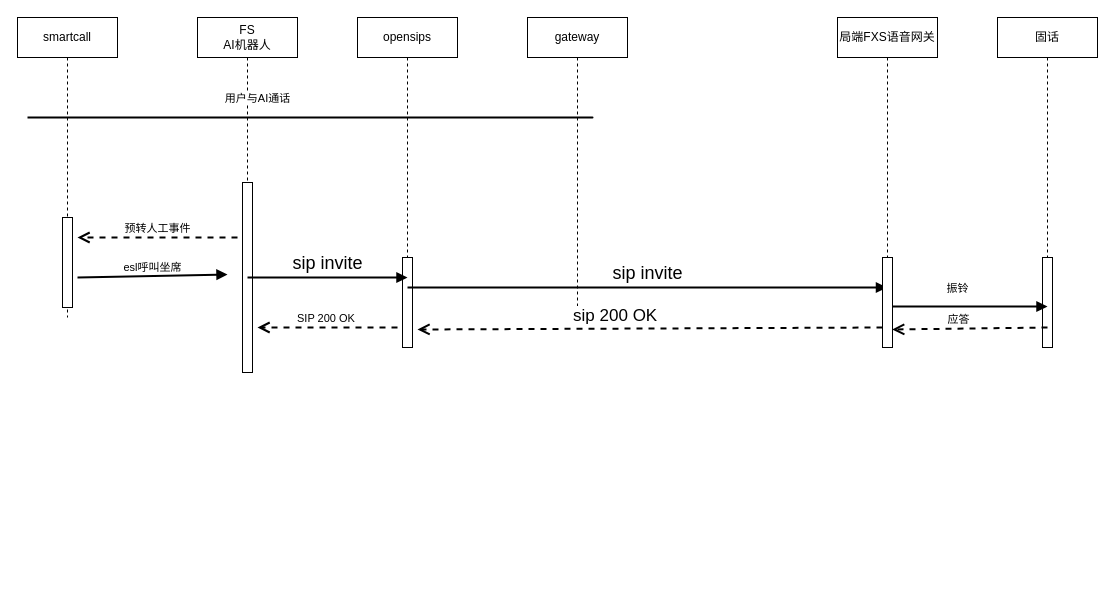
The draw.io diagram irv-ai.drawio in shfguan/mygit, before the edit. Source tidied: cells renumbered, new cells numbered last; positions are measured from the earlier drawing's top-left corner, leaving out a move shared by most shapes. Both pictures are drawn from the tidied source at 100%, with x=0, y=0 at pixel (17, 17).
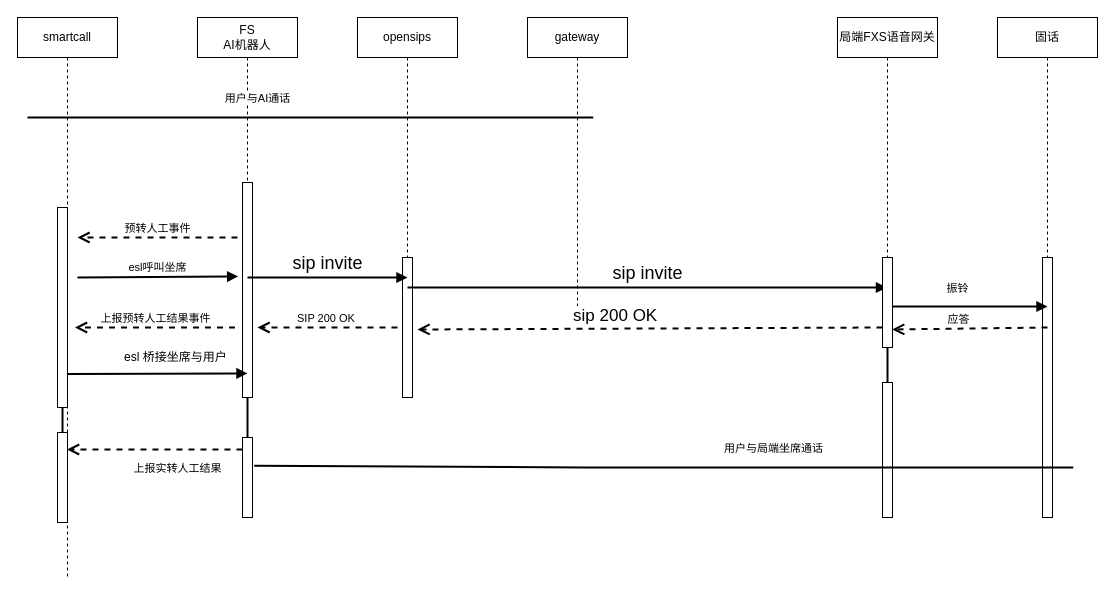
The same page after the edit.

The change refers to these unchanged cells:
```xml
<mxCell id="19" style="html=1;points=[];perimeter=orthogonalPerimeter;" parent="1" vertex="1">
  <mxGeometry x="865" y="240" width="10" height="90" as="geometry" />
</mxCell>
```

Diff of the diagram source:
```diff
@@
     <mxCell id="2" value="opensips" style="shape=umlLifeline;perimeter=lifelinePerimeter;whiteSpace=wrap;html=1;" parent="1" vertex="1">
-      <mxGeometry x="340" width="100" height="330" as="geometry" />
+      <mxGeometry x="340" width="100" height="380" as="geometry" />
     </mxCell>
     <mxCell id="3" style="html=1;perimeter=orthogonalPerimeter;" parent="2" vertex="1">
-      <mxGeometry x="45" y="240" width="10" height="90" as="geometry" />
+      <mxGeometry x="45" y="240" width="10" height="140" as="geometry" />
     </mxCell>
     <mxCell id="4" value="FS&lt;br&gt;AI机器人&lt;br&gt;" style="shape=umlLifeline;perimeter=lifelinePerimeter;whiteSpace=wrap;html=1;" parent="1" vertex="1">
-      <mxGeometry x="180" width="100" height="340" as="geometry" />
+      <mxGeometry x="180" width="100" height="380" as="geometry" />
     </mxCell>
     <mxCell id="5" style="html=1;points=[];perimeter=orthogonalPerimeter;" parent="4" vertex="1">
-      <mxGeometry x="45" y="165" width="10" height="190" as="geometry" />
+      <mxGeometry x="45" y="165" width="10" height="215" as="geometry" />
     </mxCell>
@@
     <mxCell id="7" value="smartcall" style="shape=umlLifeline;perimeter=lifelinePerimeter;whiteSpace=wrap;html=1;outlineConnect=0;" parent="1" vertex="1">
-      <mxGeometry width="100" height="300" as="geometry" />
+      <mxGeometry width="100" height="560" as="geometry" />
     </mxCell>
+    <mxCell id="22" style="edgeStyle=orthogonalEdgeStyle;rounded=0;jettySize=auto;html=1;endArrow=none;endFill=0;strokeWidth=2;" parent="7" edge="1" source="8" target="23">
+      <mxGeometry relative="1" as="geometry" />
+    </mxCell>
     <mxCell id="8" style="html=1;points=[];perimeter=orthogonalPerimeter;" parent="7" vertex="1">
-      <mxGeometry x="45" y="200" width="10" height="90" as="geometry" />
+      <mxGeometry x="40" y="190" width="10" height="200" as="geometry" />
     </mxCell>
+    <mxCell id="23" style="html=1;points=[];perimeter=orthogonalPerimeter;" parent="7" vertex="1">
+      <mxGeometry x="40" y="415" width="10" height="90" as="geometry" />
+    </mxCell>
@@
-    <mxCell id="10" value="esl呼叫坐席" style="html=1;verticalAlign=bottom;endArrow=block;strokeWidth=2;" parent="7" edge="1">
+    <mxCell id="10" value="esl呼叫坐席" style="html=1;verticalAlign=bottom;endArrow=block;strokeWidth=2;entryX=-0.433;entryY=0.437;entryDx=0;entryDy=0;entryPerimeter=0;" parent="7" edge="1" target="5">
       <mxGeometry relative="1" as="geometry">
         <mxPoint x="60" y="260" as="sourcePoint" />
-        <mxPoint x="210" y="257" as="targetPoint" />
       </mxGeometry>
     </mxCell>
@@
     <mxCell id="14" value="固话" style="shape=umlLifeline;perimeter=lifelinePerimeter;whiteSpace=wrap;html=1;" parent="1" vertex="1">
-      <mxGeometry x="980" width="100" height="330" as="geometry" />
+      <mxGeometry x="980" width="100" height="500" as="geometry" />
     </mxCell>
     <mxCell id="15" style="html=1;perimeter=orthogonalPerimeter;" parent="14" vertex="1">
-      <mxGeometry x="45" y="240" width="10" height="90" as="geometry" />
+      <mxGeometry x="45" y="240" width="10" height="260" as="geometry" />
     </mxCell>
@@
+    <mxCell id="24" style="edgeStyle=orthogonalEdgeStyle;rounded=0;jettySize=auto;html=1;endArrow=none;endFill=0;strokeWidth=2;" parent="1" edge="1" source="19" target="25">
+      <mxGeometry relative="1" as="geometry" />
+    </mxCell>
@@
+    <mxCell id="25" style="html=1;points=[];perimeter=orthogonalPerimeter;" parent="1" vertex="1">
+      <mxGeometry x="865" y="365" width="10" height="135" as="geometry" />
+    </mxCell>
@@
+    <mxCell id="26" style="html=1;verticalAlign=bottom;endArrow=block;strokeWidth=2;entryX=0.5;entryY=0.888;entryDx=0;entryDy=0;entryPerimeter=0;" parent="1" edge="1" target="5">
+      <mxGeometry relative="1" as="geometry">
+        <mxPoint x="50" y="356.5" as="sourcePoint" />
+      </mxGeometry>
+    </mxCell>
+    <mxCell id="27" value="上报预转人工结果事件" style="html=1;verticalAlign=bottom;endArrow=open;dashed=1;endSize=8;strokeWidth=2;" parent="1" edge="1">
+      <mxGeometry relative="1" as="geometry">
+        <mxPoint x="217.5" y="310" as="sourcePoint" />
+        <mxPoint x="57.5" y="310" as="targetPoint" />
+      </mxGeometry>
+    </mxCell>
+    <mxCell id="28" value="esl 桥接坐席与用户" style="text;html=1;align=left;verticalAlign=top;spacingTop=-4;" parent="1" vertex="1">
+      <mxGeometry x="105" y="330" width="150" height="10" as="geometry" />
+    </mxCell>
+    <mxCell id="29" value="用户与局端坐席通话" style="html=1;verticalAlign=bottom;endArrow=none;endFill=0;strokeWidth=2;exitX=1.167;exitY=0.354;exitDx=0;exitDy=0;exitPerimeter=0;" parent="1" edge="1" source="30">
+      <mxGeometry x="0.04" y="160" relative="1" as="geometry">
+        <mxPoint x="577.5" y="450" as="targetPoint" />
+        <Array as="points">
+          <mxPoint x="577" y="450" />
+          <mxPoint x="1060" y="450" />
+        </Array>
+        <mxPoint x="-160" y="150" as="offset" />
+      </mxGeometry>
+    </mxCell>
+    <mxCell id="30" style="html=1;points=[];perimeter=orthogonalPerimeter;" parent="1" vertex="1">
+      <mxGeometry x="225" y="420" width="10" height="80" as="geometry" />
+    </mxCell>
+    <mxCell id="31" style="edgeStyle=orthogonalEdgeStyle;rounded=0;jettySize=auto;html=1;endArrow=none;endFill=0;strokeWidth=2;" parent="1" edge="1" source="5" target="30">
+      <mxGeometry relative="1" as="geometry" />
+    </mxCell>
+    <mxCell id="32" value="上报实转人工结果" style="html=1;verticalAlign=bottom;endArrow=open;dashed=1;endSize=8;strokeWidth=2;" parent="1" edge="1" target="7">
+      <mxGeometry x="-0.26" y="28" relative="1" as="geometry">
+        <mxPoint x="225" y="432" as="sourcePoint" />
+      </mxGeometry>
+    </mxCell>
```
